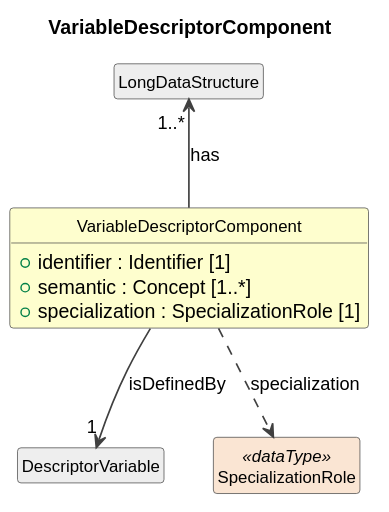
Earlier version of the PlantUML export build/plantuml/cdifDataStructure/Classes/VariableDescriptorComponent.svg (Cross-Domain-Interoperability-Framework/metadataBuildingBlocks). Source of this version:
```plantuml
@startuml
title VariableDescriptorComponent
hide circle
hide empty members
skinparam shadowing false
skinparam ArrowThickness 1.2
skinparam class {
  ArrowColor #404040
  BorderColor #404040
  FontSize 12
}

class "VariableDescriptorComponent" as VariableDescriptorComponent #FEFECE {
  +identifier : Identifier [1]
  +semantic : Concept [1..*]
  +specialization : SpecializationRole [1]
}
class "LongDataStructure" as LongDataStructure #EEEEEE
LongDataStructure "1..*" <-- VariableDescriptorComponent : has
class "DescriptorVariable" as DescriptorVariable #EEEEEE
VariableDescriptorComponent --> "1" DescriptorVariable : isDefinedBy
class "SpecializationRole" as SpecializationRole <<dataType>> #FAE5D3
VariableDescriptorComponent ..> SpecializationRole : specialization
@enduml
```
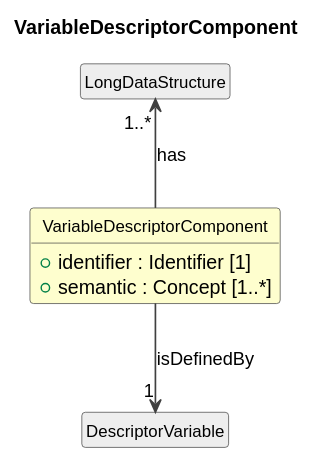
Above is the later version.

Change to the diagram source:
```diff
@@ -13,12 +13,9 @@
 class "VariableDescriptorComponent" as VariableDescriptorComponent #FEFECE {
   +identifier : Identifier [1]
   +semantic : Concept [1..*]
-  +specialization : SpecializationRole [1]
 }
 class "LongDataStructure" as LongDataStructure #EEEEEE
 LongDataStructure "1..*" <-- VariableDescriptorComponent : has
 class "DescriptorVariable" as DescriptorVariable #EEEEEE
 VariableDescriptorComponent --> "1" DescriptorVariable : isDefinedBy
-class "SpecializationRole" as SpecializationRole <<dataType>> #FAE5D3
-VariableDescriptorComponent ..> SpecializationRole : specialization
 @enduml
```
